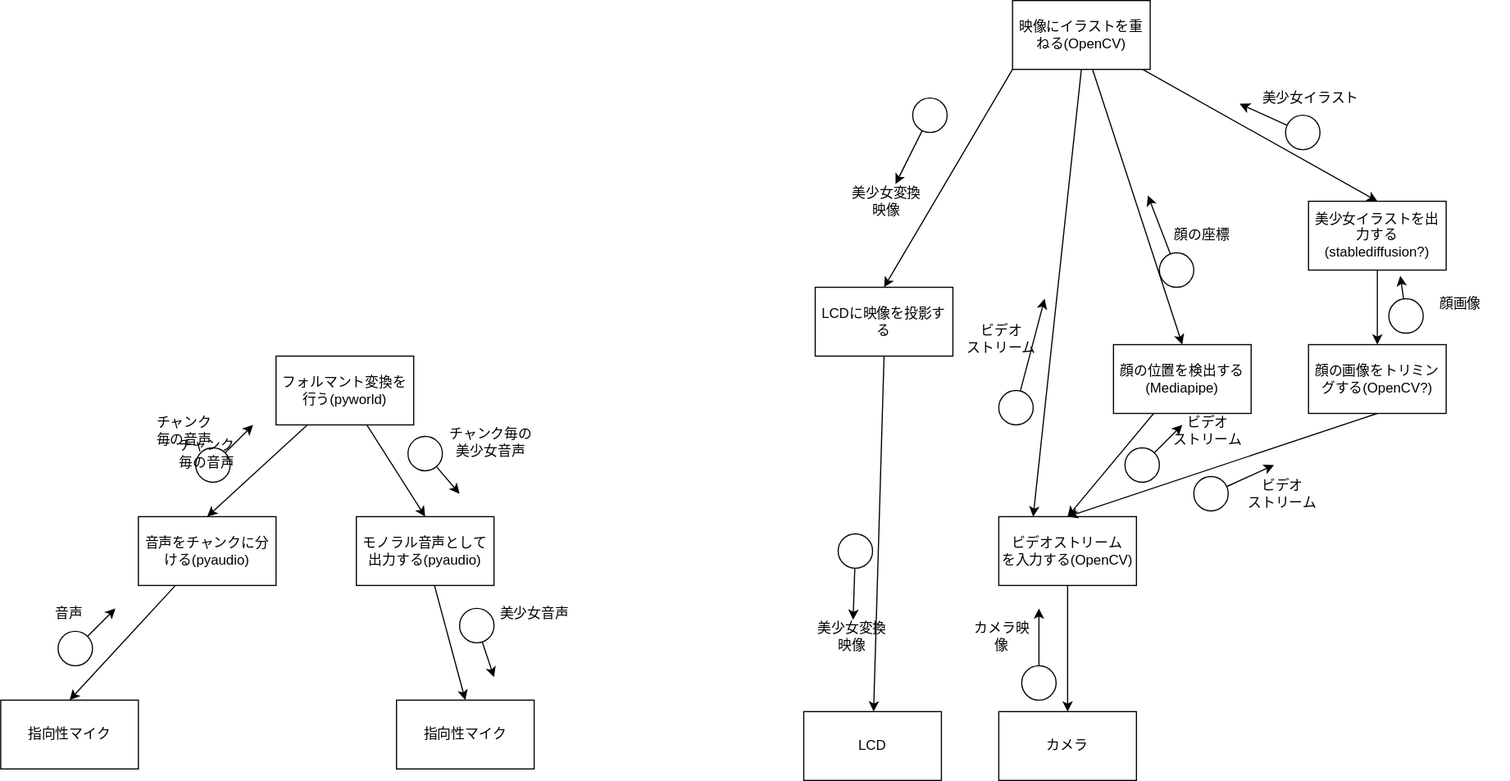
This is HumanGalgeeSystem/images/modulestructure.drawio.svg from gakutosasabe/HearExpansion, a draw.io export, as it was before one commit. Source tidied: cells renumbered, new cells last; positions are measured from the earlier drawing's top-left corner, leaving out a move shared by most shapes. The source it was exported from:
```xml
<mxGraphModel>
  <root>
    <mxCell id="0" />
    <mxCell id="1" parent="0" />
    <mxCell id="2" value="指向性マイク" style="rounded=0;whiteSpace=wrap;html=1;" parent="1" vertex="1">
      <mxGeometry y="610" width="120" height="60" as="geometry" />
    </mxCell>
    <mxCell id="3" style="edgeStyle=none;html=1;entryX=0.5;entryY=0;entryDx=0;entryDy=0;" parent="1" edge="1" source="4" target="2">
      <mxGeometry relative="1" as="geometry" />
    </mxCell>
    <mxCell id="4" value="音声をチャンクに分ける(pyaudio)" style="rounded=0;whiteSpace=wrap;html=1;" parent="1" vertex="1">
      <mxGeometry x="120" y="450" width="120" height="60" as="geometry" />
    </mxCell>
    <mxCell id="5" style="edgeStyle=none;html=1;" parent="1" edge="1" source="6">
      <mxGeometry relative="1" as="geometry">
        <mxPoint x="100" y="530" as="targetPoint" />
      </mxGeometry>
    </mxCell>
    <mxCell id="6" style="ellipse;whiteSpace=wrap;html=1;direction=south;" parent="1" vertex="1">
      <mxGeometry x="50" y="550" width="30" height="30" as="geometry" />
    </mxCell>
    <mxCell id="7" value="音声" style="text;html=1;strokeColor=none;fillColor=none;align=center;verticalAlign=middle;whiteSpace=wrap;rounded=0;" parent="1" vertex="1">
      <mxGeometry x="30" y="520" width="60" height="30" as="geometry" />
    </mxCell>
    <mxCell id="8" style="edgeStyle=none;html=1;entryX=0.5;entryY=0;entryDx=0;entryDy=0;" parent="1" edge="1" source="10" target="4">
      <mxGeometry relative="1" as="geometry" />
    </mxCell>
    <mxCell id="9" style="edgeStyle=none;html=1;entryX=0.5;entryY=0;entryDx=0;entryDy=0;" parent="1" edge="1" source="10" target="15">
      <mxGeometry relative="1" as="geometry" />
    </mxCell>
    <mxCell id="10" value="フォルマント変換を行う(pyworld)" style="rounded=0;whiteSpace=wrap;html=1;" parent="1" vertex="1">
      <mxGeometry x="240" y="310" width="120" height="60" as="geometry" />
    </mxCell>
    <mxCell id="11" style="edgeStyle=none;html=1;" parent="1" edge="1">
      <mxGeometry relative="1" as="geometry">
        <mxPoint x="195.6" y="394.4" as="sourcePoint" />
        <mxPoint x="220" y="370" as="targetPoint" />
      </mxGeometry>
    </mxCell>
    <mxCell id="12" value="チャンク毎の音声" style="text;html=1;strokeColor=none;fillColor=none;align=center;verticalAlign=middle;whiteSpace=wrap;rounded=0;" parent="1" vertex="1">
      <mxGeometry x="130" y="360" width="60" height="30" as="geometry" />
    </mxCell>
    <mxCell id="13" style="ellipse;whiteSpace=wrap;html=1;" parent="1" vertex="1">
      <mxGeometry x="170" y="390" width="30" height="30" as="geometry" />
    </mxCell>
    <mxCell id="14" style="edgeStyle=none;html=1;entryX=0.5;entryY=0;entryDx=0;entryDy=0;" parent="1" edge="1" source="15" target="20">
      <mxGeometry relative="1" as="geometry" />
    </mxCell>
    <mxCell id="15" value="モノラル音声として出力する(pyaudio)" style="rounded=0;whiteSpace=wrap;html=1;" parent="1" vertex="1">
      <mxGeometry x="310" y="450" width="120" height="60" as="geometry" />
    </mxCell>
    <mxCell id="16" style="edgeStyle=none;html=1;" parent="1" edge="1" source="17">
      <mxGeometry relative="1" as="geometry">
        <mxPoint x="400" y="430" as="targetPoint" />
      </mxGeometry>
    </mxCell>
    <mxCell id="17" style="ellipse;whiteSpace=wrap;html=1;" parent="1" vertex="1">
      <mxGeometry x="355" y="380" width="30" height="30" as="geometry" />
    </mxCell>
    <mxCell id="18" value="チャンク毎の美少女音声" style="text;html=1;strokeColor=none;fillColor=none;align=center;verticalAlign=middle;whiteSpace=wrap;rounded=0;" parent="1" vertex="1">
      <mxGeometry x="385" y="370" width="85" height="30" as="geometry" />
    </mxCell>
    <mxCell id="19" value="チャンク毎の音声" style="text;html=1;strokeColor=none;fillColor=none;align=center;verticalAlign=middle;whiteSpace=wrap;rounded=0;" parent="1" vertex="1">
      <mxGeometry x="150" y="380" width="60" height="30" as="geometry" />
    </mxCell>
    <mxCell id="20" value="指向性マイク" style="rounded=0;whiteSpace=wrap;html=1;" parent="1" vertex="1">
      <mxGeometry x="345" y="610" width="120" height="60" as="geometry" />
    </mxCell>
    <mxCell id="21" style="edgeStyle=none;html=1;" parent="1" edge="1" source="22">
      <mxGeometry relative="1" as="geometry">
        <mxPoint x="430" y="590" as="targetPoint" />
      </mxGeometry>
    </mxCell>
    <mxCell id="22" style="ellipse;whiteSpace=wrap;html=1;" parent="1" vertex="1">
      <mxGeometry x="400" y="530" width="30" height="30" as="geometry" />
    </mxCell>
    <mxCell id="23" value="美少女音声" style="text;html=1;strokeColor=none;fillColor=none;align=center;verticalAlign=middle;whiteSpace=wrap;rounded=0;" parent="1" vertex="1">
      <mxGeometry x="423" y="520" width="85" height="30" as="geometry" />
    </mxCell>
    <mxCell id="24" value="カメラ" style="rounded=0;whiteSpace=wrap;html=1;" parent="1" vertex="1">
      <mxGeometry x="870" y="620" width="120" height="60" as="geometry" />
    </mxCell>
    <mxCell id="25" style="edgeStyle=none;html=1;entryX=0.5;entryY=0;entryDx=0;entryDy=0;" parent="1" edge="1" source="26" target="24">
      <mxGeometry relative="1" as="geometry" />
    </mxCell>
    <mxCell id="26" value="ビデオストリーム&lt;br&gt;を入力する(OpenCV)" style="rounded=0;whiteSpace=wrap;html=1;" parent="1" vertex="1">
      <mxGeometry x="870" y="450" width="120" height="60" as="geometry" />
    </mxCell>
    <mxCell id="27" style="edgeStyle=none;html=1;" parent="1" edge="1" source="28">
      <mxGeometry relative="1" as="geometry">
        <mxPoint x="905" y="530" as="targetPoint" />
      </mxGeometry>
    </mxCell>
    <mxCell id="28" style="ellipse;whiteSpace=wrap;html=1;direction=south;" parent="1" vertex="1">
      <mxGeometry x="890" y="580" width="30" height="30" as="geometry" />
    </mxCell>
    <mxCell id="29" value="カメラ映像" style="text;html=1;strokeColor=none;fillColor=none;align=center;verticalAlign=middle;whiteSpace=wrap;rounded=0;" parent="1" vertex="1">
      <mxGeometry x="842.5" y="540" width="60" height="30" as="geometry" />
    </mxCell>
    <mxCell id="30" style="edgeStyle=none;html=1;entryX=0.5;entryY=0;entryDx=0;entryDy=0;" parent="1" edge="1" source="31" target="26">
      <mxGeometry relative="1" as="geometry" />
    </mxCell>
    <mxCell id="31" value="顔の位置を検出する&lt;br&gt;(Mediapipe)" style="rounded=0;whiteSpace=wrap;html=1;" parent="1" vertex="1">
      <mxGeometry x="970" y="300" width="120" height="60" as="geometry" />
    </mxCell>
    <mxCell id="32" style="edgeStyle=none;html=1;entryX=0.5;entryY=0;entryDx=0;entryDy=0;exitX=0.5;exitY=1;exitDx=0;exitDy=0;" parent="1" edge="1" source="33" target="26">
      <mxGeometry relative="1" as="geometry" />
    </mxCell>
    <mxCell id="33" value="顔の画像をトリミングする(OpenCV?)" style="rounded=0;whiteSpace=wrap;html=1;" parent="1" vertex="1">
      <mxGeometry x="1140" y="300" width="120" height="60" as="geometry" />
    </mxCell>
    <mxCell id="34" style="edgeStyle=none;html=1;entryX=0.25;entryY=0;entryDx=0;entryDy=0;exitX=0.5;exitY=1;exitDx=0;exitDy=0;" parent="1" edge="1" source="39" target="26">
      <mxGeometry relative="1" as="geometry" />
    </mxCell>
    <mxCell id="35" style="edgeStyle=none;html=1;entryX=0.5;entryY=0;entryDx=0;entryDy=0;" parent="1" edge="1" source="39" target="31">
      <mxGeometry relative="1" as="geometry" />
    </mxCell>
    <mxCell id="36" style="edgeStyle=none;html=1;entryX=0.5;entryY=0;entryDx=0;entryDy=0;" parent="1" edge="1" source="39" target="53">
      <mxGeometry relative="1" as="geometry" />
    </mxCell>
    <mxCell id="37" style="edgeStyle=none;html=1;exitX=0.5;exitY=1;exitDx=0;exitDy=0;" parent="1" edge="1" source="64" target="60">
      <mxGeometry relative="1" as="geometry" />
    </mxCell>
    <mxCell id="38" style="edgeStyle=none;html=1;entryX=0.5;entryY=0;entryDx=0;entryDy=0;exitX=0;exitY=1;exitDx=0;exitDy=0;" parent="1" edge="1" source="39" target="64">
      <mxGeometry relative="1" as="geometry" />
    </mxCell>
    <mxCell id="39" value="映像にイラストを重ねる(OpenCV)" style="rounded=0;whiteSpace=wrap;html=1;" parent="1" vertex="1">
      <mxGeometry x="882" width="120" height="60" as="geometry" />
    </mxCell>
    <mxCell id="40" style="edgeStyle=none;html=1;" parent="1" edge="1" source="41">
      <mxGeometry relative="1" as="geometry">
        <mxPoint x="1000" y="170" as="targetPoint" />
      </mxGeometry>
    </mxCell>
    <mxCell id="41" style="ellipse;whiteSpace=wrap;html=1;" parent="1" vertex="1">
      <mxGeometry x="1010" y="220" width="30" height="30" as="geometry" />
    </mxCell>
    <mxCell id="42" value="顔の座標" style="text;html=1;strokeColor=none;fillColor=none;align=center;verticalAlign=middle;whiteSpace=wrap;rounded=0;" parent="1" vertex="1">
      <mxGeometry x="1005" y="190" width="85" height="30" as="geometry" />
    </mxCell>
    <mxCell id="43" style="edgeStyle=none;html=1;" parent="1" edge="1" source="44">
      <mxGeometry relative="1" as="geometry">
        <mxPoint x="910" y="260" as="targetPoint" />
      </mxGeometry>
    </mxCell>
    <mxCell id="44" style="ellipse;whiteSpace=wrap;html=1;" parent="1" vertex="1">
      <mxGeometry x="870" y="340" width="30" height="30" as="geometry" />
    </mxCell>
    <mxCell id="45" value="ビデオ&lt;br&gt;ストリーム" style="text;html=1;strokeColor=none;fillColor=none;align=center;verticalAlign=middle;whiteSpace=wrap;rounded=0;" parent="1" vertex="1">
      <mxGeometry x="830" y="280" width="85" height="30" as="geometry" />
    </mxCell>
    <mxCell id="46" style="edgeStyle=none;html=1;" parent="1" edge="1" source="47">
      <mxGeometry relative="1" as="geometry">
        <mxPoint x="1110" y="405" as="targetPoint" />
      </mxGeometry>
    </mxCell>
    <mxCell id="47" style="ellipse;whiteSpace=wrap;html=1;" parent="1" vertex="1">
      <mxGeometry x="1040" y="415" width="30" height="30" as="geometry" />
    </mxCell>
    <mxCell id="48" value="ビデオ&lt;br&gt;ストリーム" style="text;html=1;strokeColor=none;fillColor=none;align=center;verticalAlign=middle;whiteSpace=wrap;rounded=0;" parent="1" vertex="1">
      <mxGeometry x="1075" y="415" width="85" height="30" as="geometry" />
    </mxCell>
    <mxCell id="49" style="edgeStyle=none;html=1;" parent="1" edge="1" source="50">
      <mxGeometry relative="1" as="geometry">
        <mxPoint x="1030" y="370" as="targetPoint" />
      </mxGeometry>
    </mxCell>
    <mxCell id="50" style="ellipse;whiteSpace=wrap;html=1;" parent="1" vertex="1">
      <mxGeometry x="980" y="390" width="30" height="30" as="geometry" />
    </mxCell>
    <mxCell id="51" value="ビデオ&lt;br&gt;ストリーム" style="text;html=1;strokeColor=none;fillColor=none;align=center;verticalAlign=middle;whiteSpace=wrap;rounded=0;" parent="1" vertex="1">
      <mxGeometry x="1010" y="360" width="85" height="30" as="geometry" />
    </mxCell>
    <mxCell id="52" style="edgeStyle=none;html=1;entryX=0.5;entryY=0;entryDx=0;entryDy=0;" parent="1" edge="1" source="53" target="33">
      <mxGeometry relative="1" as="geometry" />
    </mxCell>
    <mxCell id="53" value="美少女イラストを出力する(stablediffusion?)" style="rounded=0;whiteSpace=wrap;html=1;" parent="1" vertex="1">
      <mxGeometry x="1140" y="175" width="120" height="60" as="geometry" />
    </mxCell>
    <mxCell id="54" style="edgeStyle=none;html=1;" parent="1" edge="1" source="55">
      <mxGeometry relative="1" as="geometry">
        <mxPoint x="1220" y="240" as="targetPoint" />
      </mxGeometry>
    </mxCell>
    <mxCell id="55" style="ellipse;whiteSpace=wrap;html=1;" parent="1" vertex="1">
      <mxGeometry x="1210" y="260" width="30" height="30" as="geometry" />
    </mxCell>
    <mxCell id="56" value="顔画像" style="text;html=1;strokeColor=none;fillColor=none;align=center;verticalAlign=middle;whiteSpace=wrap;rounded=0;" parent="1" vertex="1">
      <mxGeometry x="1230" y="250" width="85" height="30" as="geometry" />
    </mxCell>
    <mxCell id="57" style="edgeStyle=none;html=1;" parent="1" edge="1" source="58">
      <mxGeometry relative="1" as="geometry">
        <mxPoint x="1080" y="90" as="targetPoint" />
      </mxGeometry>
    </mxCell>
    <mxCell id="58" style="ellipse;whiteSpace=wrap;html=1;" parent="1" vertex="1">
      <mxGeometry x="1120" y="100" width="30" height="30" as="geometry" />
    </mxCell>
    <mxCell id="59" value="美少女イラスト" style="text;html=1;strokeColor=none;fillColor=none;align=center;verticalAlign=middle;whiteSpace=wrap;rounded=0;" parent="1" vertex="1">
      <mxGeometry x="1092.5" y="70" width="97.5" height="30" as="geometry" />
    </mxCell>
    <mxCell id="60" value="LCD" style="rounded=0;whiteSpace=wrap;html=1;" parent="1" vertex="1">
      <mxGeometry x="700" y="620" width="120" height="60" as="geometry" />
    </mxCell>
    <mxCell id="61" style="edgeStyle=none;html=1;" parent="1" edge="1" source="62" target="63">
      <mxGeometry relative="1" as="geometry" />
    </mxCell>
    <mxCell id="62" style="ellipse;whiteSpace=wrap;html=1;" parent="1" vertex="1">
      <mxGeometry x="730" y="465" width="30" height="30" as="geometry" />
    </mxCell>
    <mxCell id="63" value="美少女変換&lt;br&gt;映像" style="text;html=1;strokeColor=none;fillColor=none;align=center;verticalAlign=middle;whiteSpace=wrap;rounded=0;" parent="1" vertex="1">
      <mxGeometry x="700" y="540" width="85" height="30" as="geometry" />
    </mxCell>
    <mxCell id="64" value="LCDに映像を投影する" style="rounded=0;whiteSpace=wrap;html=1;" parent="1" vertex="1">
      <mxGeometry x="710" y="250" width="120" height="60" as="geometry" />
    </mxCell>
    <mxCell id="65" style="edgeStyle=none;html=1;" parent="1" edge="1" source="66" target="67">
      <mxGeometry relative="1" as="geometry" />
    </mxCell>
    <mxCell id="66" style="ellipse;whiteSpace=wrap;html=1;" parent="1" vertex="1">
      <mxGeometry x="795" y="85" width="30" height="30" as="geometry" />
    </mxCell>
    <mxCell id="67" value="美少女変換&lt;br&gt;映像" style="text;html=1;strokeColor=none;fillColor=none;align=center;verticalAlign=middle;whiteSpace=wrap;rounded=0;" parent="1" vertex="1">
      <mxGeometry x="730" y="160" width="85" height="30" as="geometry" />
    </mxCell>
  </root>
</mxGraphModel>
```
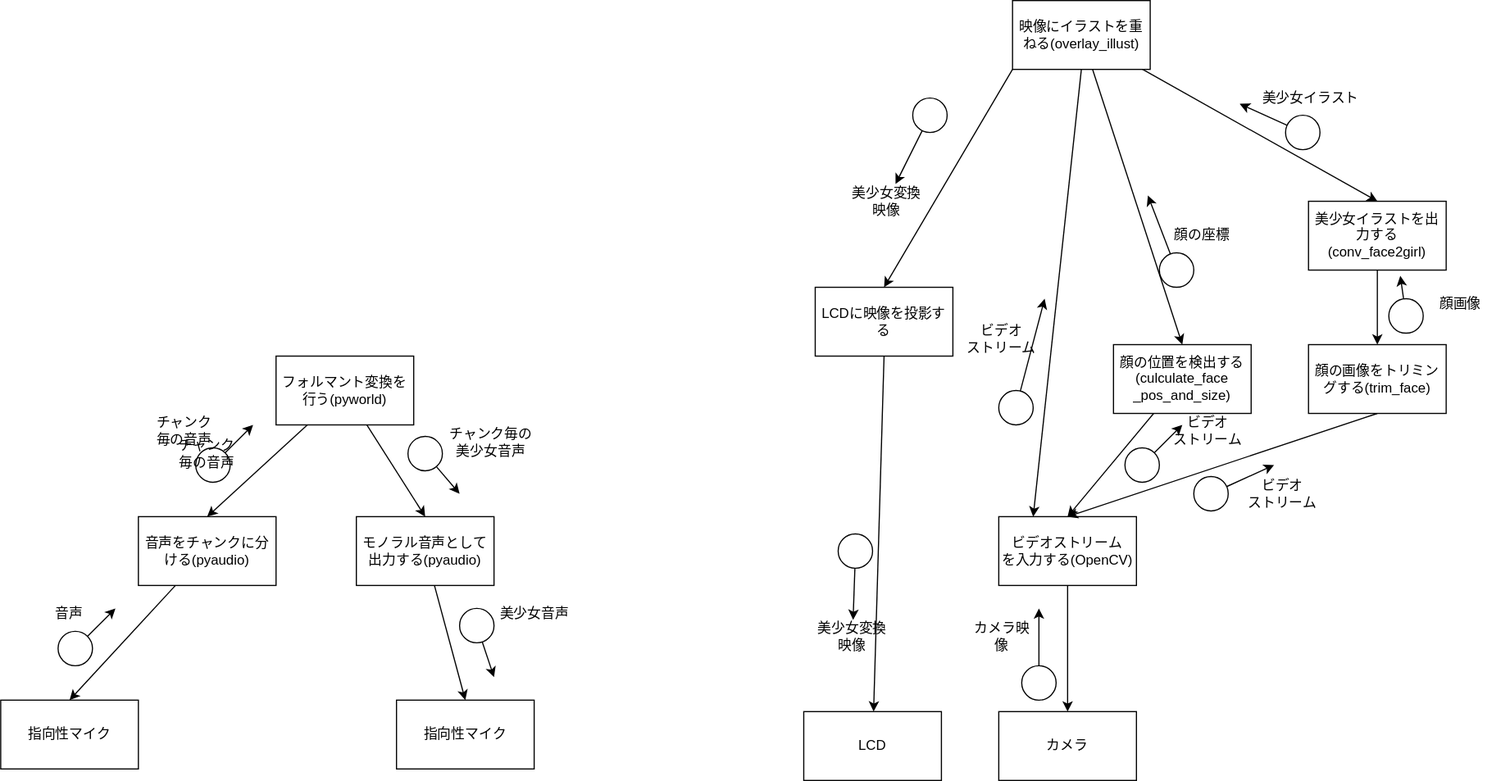
Above is the later version.

What changed in the source:
```diff
@@ -100,13 +100,13 @@
     <mxCell id="30" style="edgeStyle=none;html=1;entryX=0.5;entryY=0;entryDx=0;entryDy=0;" parent="1" edge="1" source="31" target="26">
       <mxGeometry relative="1" as="geometry" />
     </mxCell>
-    <mxCell id="31" value="顔の位置を検出する&lt;br&gt;(Mediapipe)" style="rounded=0;whiteSpace=wrap;html=1;" parent="1" vertex="1">
+    <mxCell id="31" value="顔の位置を検出する&lt;br&gt;(culculate_face&lt;br&gt;_pos_and_size)" style="rounded=0;whiteSpace=wrap;html=1;" parent="1" vertex="1">
       <mxGeometry x="970" y="300" width="120" height="60" as="geometry" />
     </mxCell>
     <mxCell id="32" style="edgeStyle=none;html=1;entryX=0.5;entryY=0;entryDx=0;entryDy=0;exitX=0.5;exitY=1;exitDx=0;exitDy=0;" parent="1" edge="1" source="33" target="26">
       <mxGeometry relative="1" as="geometry" />
     </mxCell>
-    <mxCell id="33" value="顔の画像をトリミングする(OpenCV?)" style="rounded=0;whiteSpace=wrap;html=1;" parent="1" vertex="1">
+    <mxCell id="33" value="顔の画像をトリミングする(trim_face)" style="rounded=0;whiteSpace=wrap;html=1;" parent="1" vertex="1">
       <mxGeometry x="1140" y="300" width="120" height="60" as="geometry" />
     </mxCell>
     <mxCell id="34" style="edgeStyle=none;html=1;entryX=0.25;entryY=0;entryDx=0;entryDy=0;exitX=0.5;exitY=1;exitDx=0;exitDy=0;" parent="1" edge="1" source="39" target="26">
@@ -124,7 +124,7 @@
     <mxCell id="38" style="edgeStyle=none;html=1;entryX=0.5;entryY=0;entryDx=0;entryDy=0;exitX=0;exitY=1;exitDx=0;exitDy=0;" parent="1" edge="1" source="39" target="64">
       <mxGeometry relative="1" as="geometry" />
     </mxCell>
-    <mxCell id="39" value="映像にイラストを重ねる(OpenCV)" style="rounded=0;whiteSpace=wrap;html=1;" parent="1" vertex="1">
+    <mxCell id="39" value="映像にイラストを重ねる(overlay_illust)" style="rounded=0;whiteSpace=wrap;html=1;" parent="1" vertex="1">
       <mxGeometry x="882" width="120" height="60" as="geometry" />
     </mxCell>
     <mxCell id="40" style="edgeStyle=none;html=1;" parent="1" edge="1" source="41">
@@ -174,7 +174,7 @@
     <mxCell id="52" style="edgeStyle=none;html=1;entryX=0.5;entryY=0;entryDx=0;entryDy=0;" parent="1" edge="1" source="53" target="33">
       <mxGeometry relative="1" as="geometry" />
     </mxCell>
-    <mxCell id="53" value="美少女イラストを出力する(stablediffusion?)" style="rounded=0;whiteSpace=wrap;html=1;" parent="1" vertex="1">
+    <mxCell id="53" value="美少女イラストを出力する(conv_face2girl)" style="rounded=0;whiteSpace=wrap;html=1;" parent="1" vertex="1">
       <mxGeometry x="1140" y="175" width="120" height="60" as="geometry" />
     </mxCell>
     <mxCell id="54" style="edgeStyle=none;html=1;" parent="1" edge="1" source="55">
```
